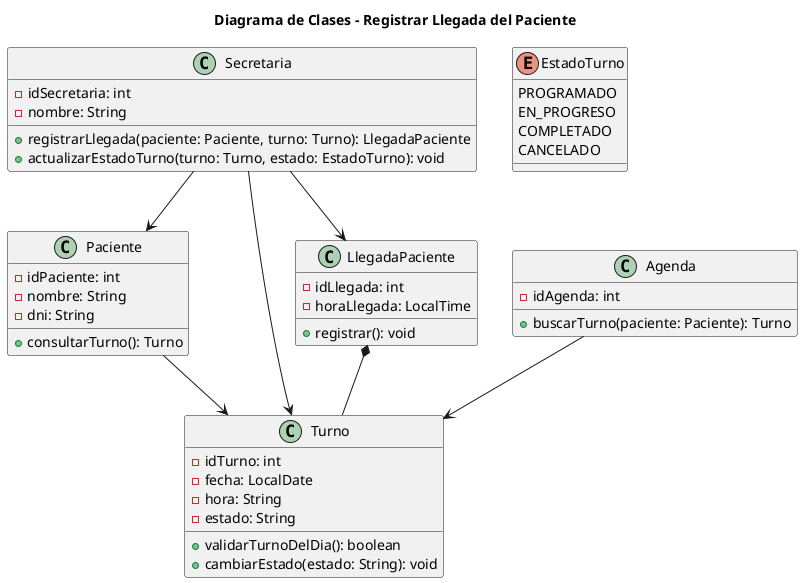
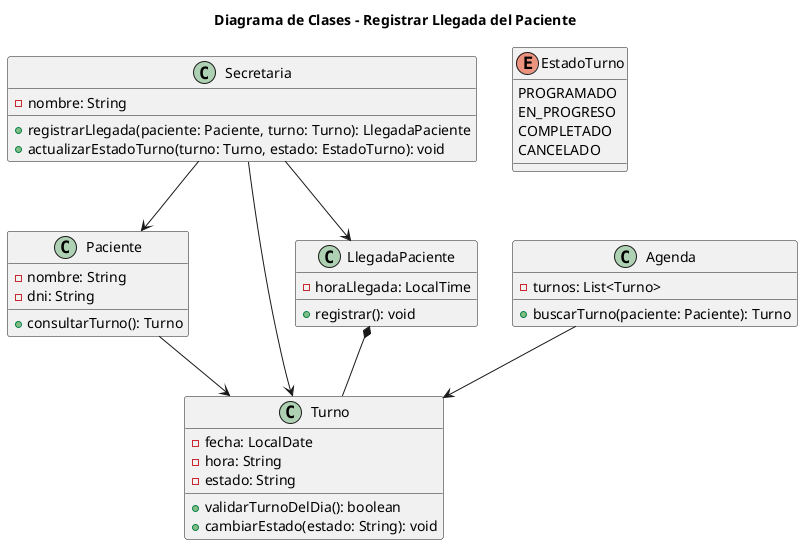
@startuml 04-clases-registrar-llegada

title Diagrama de Clases - Registrar Llegada del Paciente

class Secretaria {
-     -idSecretaria: int
    -nombre: String

    +registrarLlegada(paciente: Paciente, turno: Turno): LlegadaPaciente
    +actualizarEstadoTurno(turno: Turno, estado: EstadoTurno): void
}

enum EstadoTurno {
    PROGRAMADO
    EN_PROGRESO
    COMPLETADO
    CANCELADO
}

class Paciente {
-     -idPaciente: int
    -nombre: String
    -dni: String

    +consultarTurno(): Turno
}

class Turno {
-     -idTurno: int
    -fecha: LocalDate
    -hora: String
    -estado: String

    +validarTurnoDelDia(): boolean
    +cambiarEstado(estado: String): void
}

class LlegadaPaciente {
-     -idLlegada: int
    -horaLlegada: LocalTime

    +registrar(): void
}

class Agenda {
-     -idAgenda: int
+     - turnos: List<Turno>

    +buscarTurno(paciente: Paciente): Turno
}


Secretaria --> Paciente
Secretaria --> LlegadaPaciente
Secretaria --> Turno
Paciente --> Turno
Agenda --> Turno
LlegadaPaciente *-- Turno

@enduml